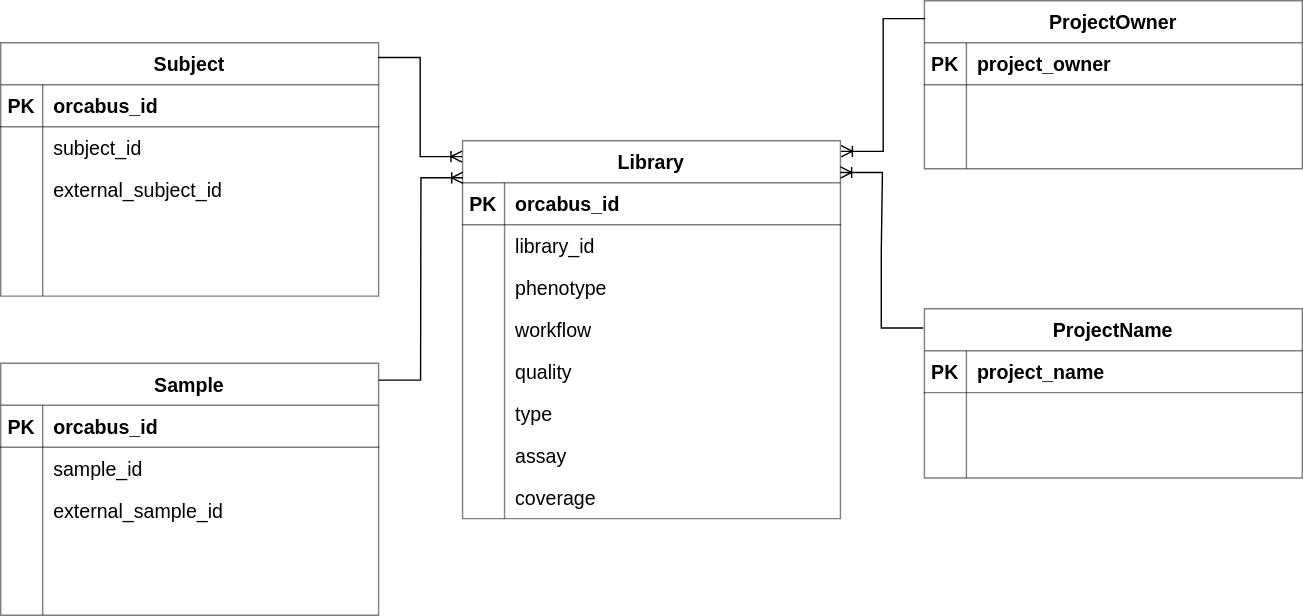
Earlier version of the draw.io export lib/workload/stateless/stacks/metadata-manager/docs/schema.drawio.svg (umccr/orcabus). Source tidied: cells renumbered, new cells last; positions are measured from the earlier drawing's top-left corner, leaving out a move shared by most shapes.
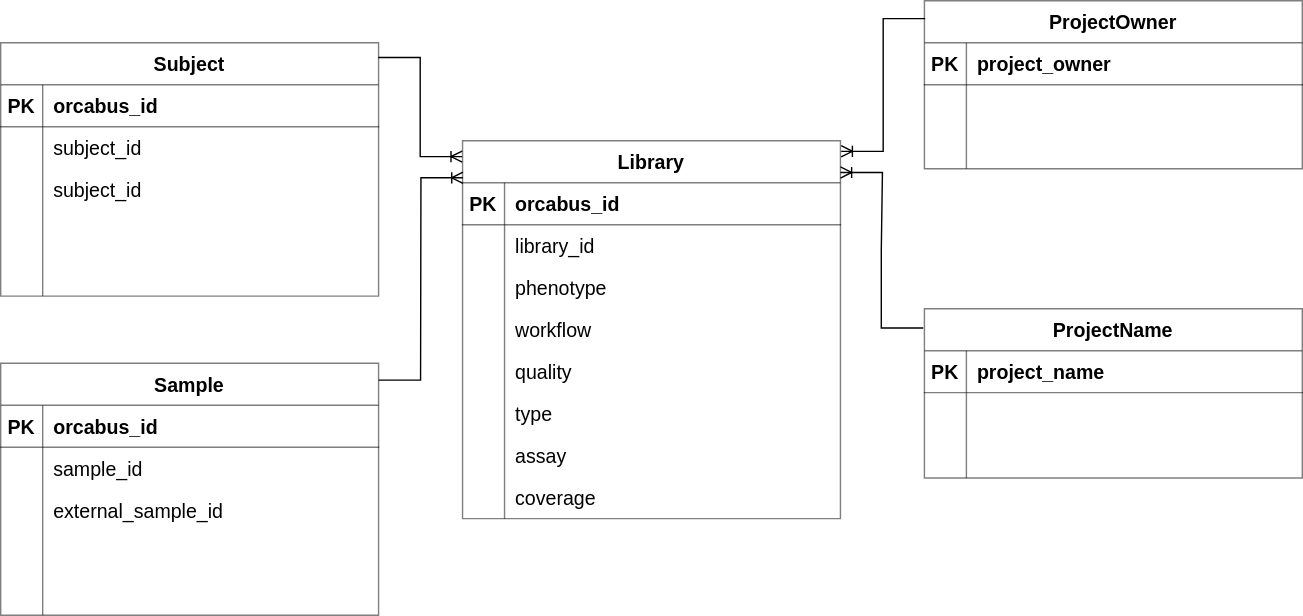
After the commit.

Change to the diagram source:
```diff
@@ -104,7 +104,7 @@
     <mxCell id="35" style="shape=partialRectangle;fillColor=none;top=0;left=0;bottom=0;right=0;overflow=hidden;rounded=0;shadow=0;labelBackgroundColor=none;labelBorderColor=none;sketch=0;fontSize=14;" parent="34" vertex="1">
       <mxGeometry width="30" height="30" as="geometry" />
     </mxCell>
-    <mxCell id="36" value="external_subject_id" style="shape=partialRectangle;fillColor=none;top=0;left=0;bottom=0;right=0;align=left;spacingLeft=6;overflow=hidden;rounded=0;shadow=0;labelBackgroundColor=none;labelBorderColor=none;sketch=0;fontSize=14;" parent="34" vertex="1">
+    <mxCell id="36" value="subject_id" style="shape=partialRectangle;fillColor=none;top=0;left=0;bottom=0;right=0;align=left;spacingLeft=6;overflow=hidden;rounded=0;shadow=0;labelBackgroundColor=none;labelBorderColor=none;sketch=0;fontSize=14;" parent="34" vertex="1">
       <mxGeometry x="30" width="240" height="30" as="geometry" />
     </mxCell>
     <mxCell id="37" style="shape=tableRow;horizontal=0;startSize=0;swimlaneHead=0;swimlaneBody=0;fillColor=none;top=0;left=0;right=0;bottom=0;fontSize=14;opacity=50;" parent="27" vertex="1">
```
